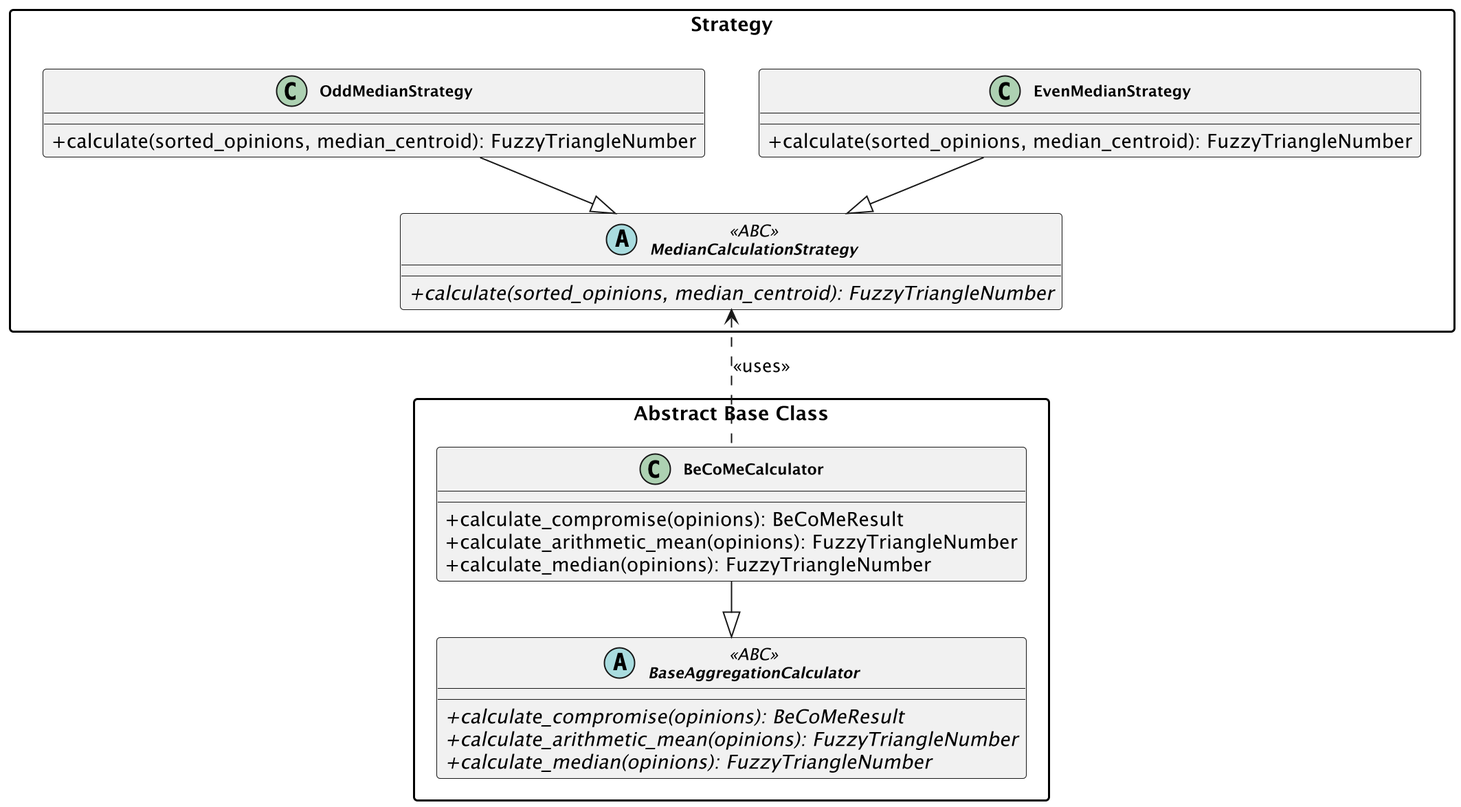
Before: docs/uml-diagrams/diagrams/png/class-diagram-patterns.png, a diagram exported from PlantUML (caitlon/BeCoMe).
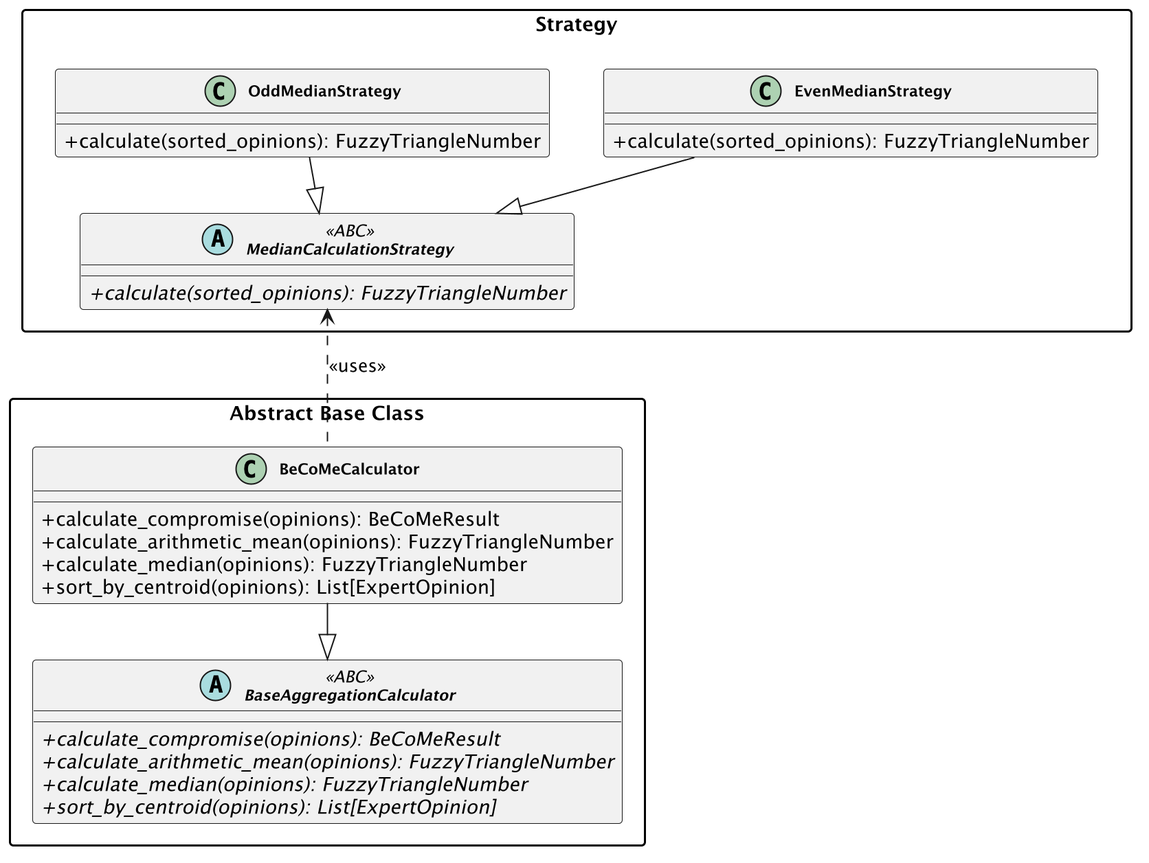
The same diagram one commit later.

The edit, as a diff of the source:
```diff
@@ -15,16 +15,16 @@
 package "Strategy" {
     together {
         class OddMedianStrategy {
-            + calculate(sorted_opinions, median_centroid): FuzzyTriangleNumber
+            + calculate(sorted_opinions): FuzzyTriangleNumber
         }
 
         class EvenMedianStrategy {
-            + calculate(sorted_opinions, median_centroid): FuzzyTriangleNumber
+            + calculate(sorted_opinions): FuzzyTriangleNumber
         }
     }
 
     abstract class MedianCalculationStrategy <<ABC>> {
-        + {abstract} calculate(sorted_opinions, median_centroid): FuzzyTriangleNumber
+        + {abstract} calculate(sorted_opinions): FuzzyTriangleNumber
     }
 
     OddMedianStrategy --|> MedianCalculationStrategy
@@ -37,12 +37,14 @@
         + {abstract} calculate_compromise(opinions): BeCoMeResult
         + {abstract} calculate_arithmetic_mean(opinions): FuzzyTriangleNumber
         + {abstract} calculate_median(opinions): FuzzyTriangleNumber
+        + {abstract} sort_by_centroid(opinions): List[ExpertOpinion]
     }
 
     class BeCoMeCalculator {
         + calculate_compromise(opinions): BeCoMeResult
         + calculate_arithmetic_mean(opinions): FuzzyTriangleNumber
         + calculate_median(opinions): FuzzyTriangleNumber
+        + sort_by_centroid(opinions): List[ExpertOpinion]
     }
 
     BeCoMeCalculator --|> BaseAggregationCalculator
```
